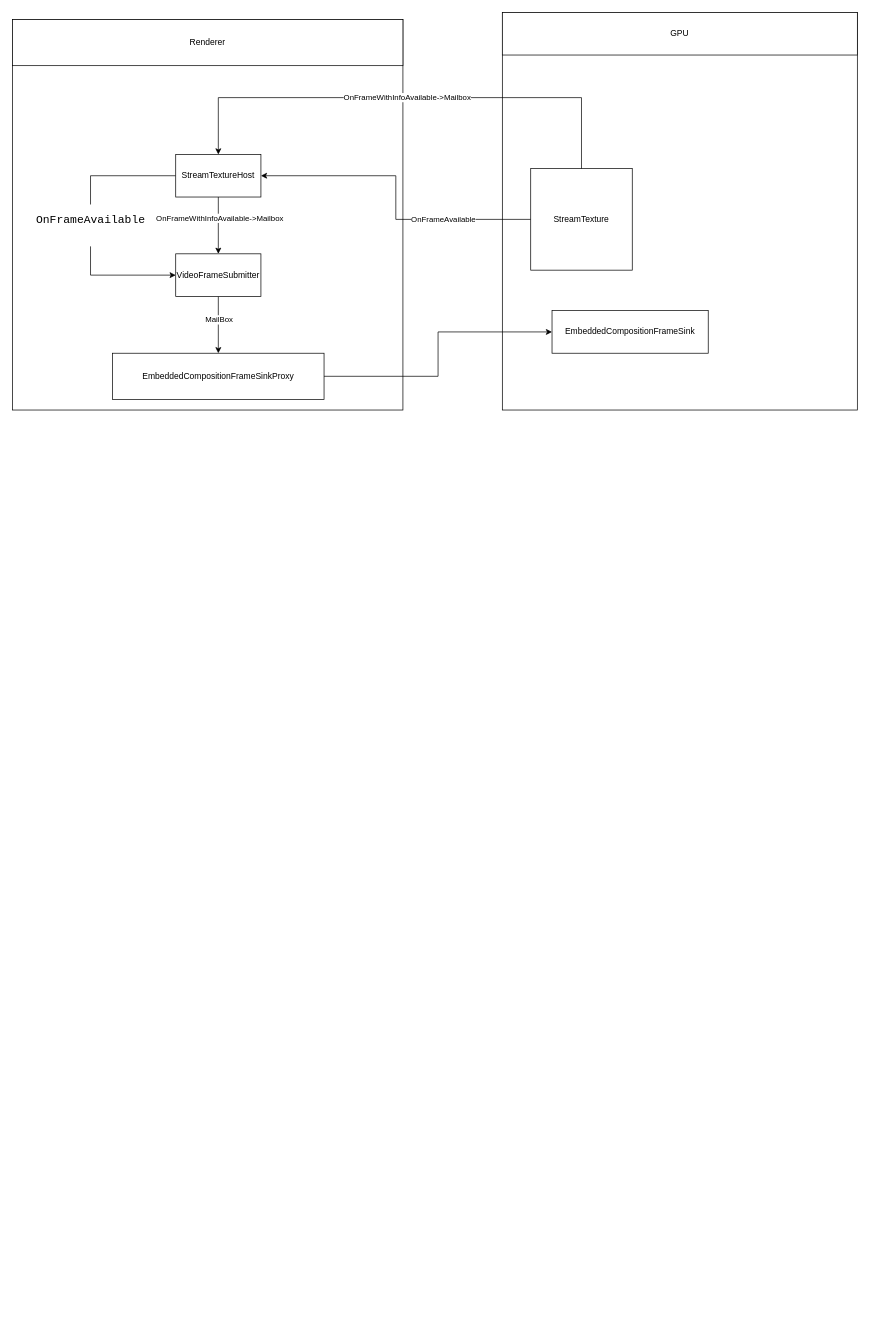
Before: videoarch.drawio in linzj/drawios, a draw.io diagram. Source tidied: cells renumbered, new cells numbered last; positions are measured from the earlier drawing's top-left corner, leaving out a move shared by most shapes. Both pictures are drawn from the tidied source at 71%, with x=0, y=0 at pixel (12, 12).
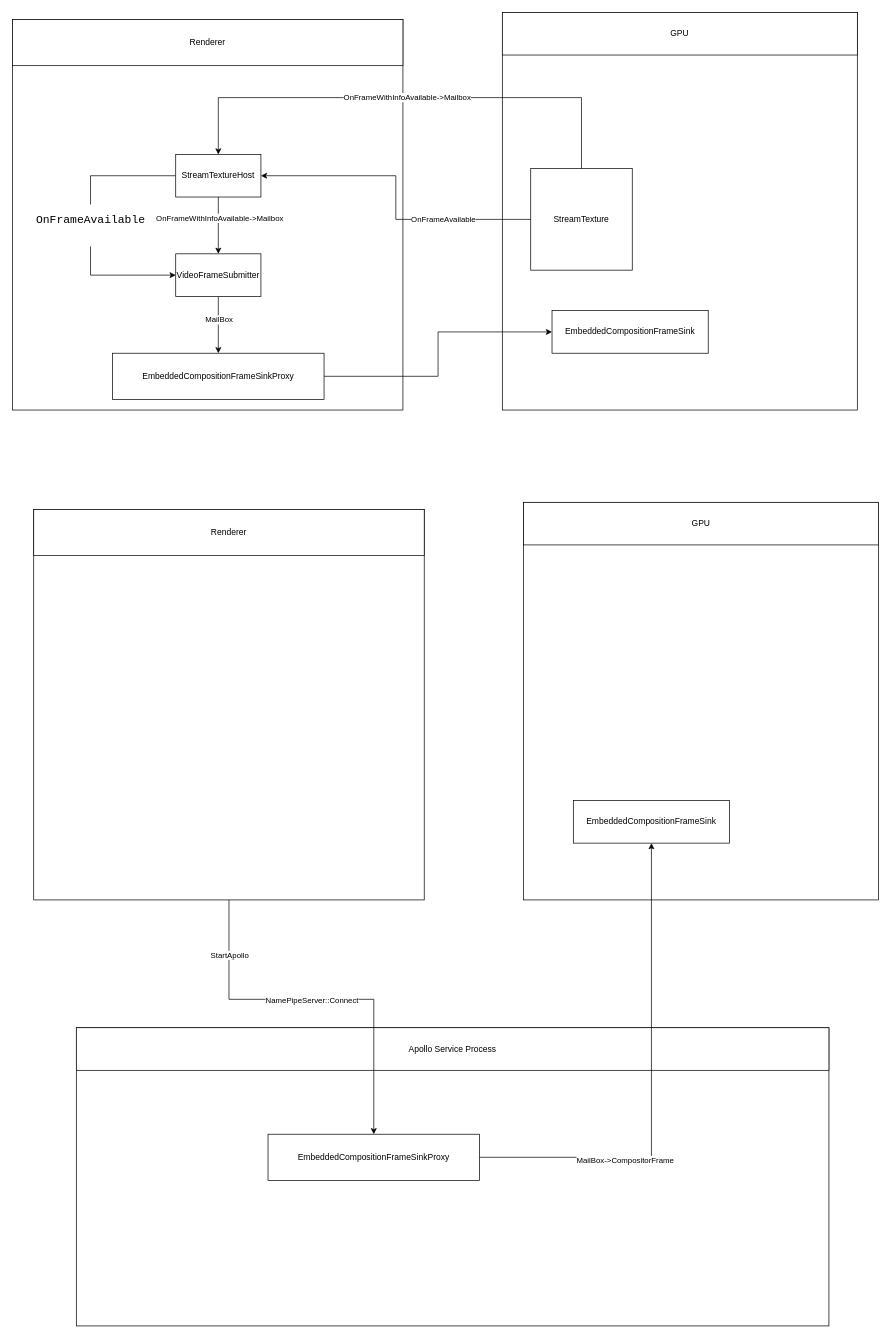
After the change.

Change to the diagram source:
```diff
@@
+    <mxCell id="21" style="group;" parent="1" vertex="1">
+      <mxGeometry x="30" y="700" width="550" height="550" as="geometry" />
+    </mxCell>
+    <mxCell id="22" style="whiteSpace=wrap;html=1;align=left;" parent="21" vertex="1">
+      <mxGeometry width="550" height="550" as="geometry" />
+    </mxCell>
+    <mxCell id="23" value="Renderer" style="rounded=0;whiteSpace=wrap;html=1;" parent="21" vertex="1">
+      <mxGeometry width="550" height="65" as="geometry" />
+    </mxCell>
+    <mxCell id="24" style="rounded=0;whiteSpace=wrap;html=1;" parent="1" vertex="1">
+      <mxGeometry x="720" y="690" width="500" height="560" as="geometry" />
+    </mxCell>
+    <mxCell id="25" value="GPU" style="rounded=0;whiteSpace=wrap;html=1;" parent="1" vertex="1">
+      <mxGeometry x="720" y="690" width="500" height="60" as="geometry" />
+    </mxCell>
+    <mxCell id="26" value="EmbeddedCompositionFrameSink" style="whiteSpace=wrap;html=1;rounded=0;" parent="1" vertex="1">
+      <mxGeometry x="790" y="1110" width="220" height="60" as="geometry" />
+    </mxCell>
+    <mxCell id="27" style="rounded=0;whiteSpace=wrap;html=1;" parent="1" vertex="1">
+      <mxGeometry x="90" y="1430" width="1060" height="420" as="geometry" />
+    </mxCell>
+    <mxCell id="28" value="Apollo Service Process" style="rounded=0;whiteSpace=wrap;html=1;" parent="1" vertex="1">
+      <mxGeometry x="90" y="1430" width="1060" height="60" as="geometry" />
+    </mxCell>
+    <mxCell id="29" value="EmbeddedCompositionFrameSinkProxy" style="whiteSpace=wrap;html=1;rounded=0;" parent="1" vertex="1">
+      <mxGeometry x="360" y="1580" width="297.9" height="65" as="geometry" />
+    </mxCell>
+    <mxCell id="30" style="edgeStyle=orthogonalEdgeStyle;rounded=0;jettySize=auto;html=1;" parent="1" edge="1" source="29" target="26">
+      <mxGeometry relative="1" as="geometry" />
+    </mxCell>
+    <mxCell id="31" value="MailBox-&amp;gt;CompositorFrame" style="edgeLabel;html=1;align=center;verticalAlign=middle;" parent="30" vertex="1">
+      <mxGeometry x="-0.4" y="-4" relative="1" as="geometry" />
+    </mxCell>
+    <mxCell id="32" style="edgeStyle=orthogonalEdgeStyle;rounded=0;jettySize=auto;html=1;entryX=0.5;entryY=0;entryDx=0;entryDy=0;" parent="1" edge="1" source="22" target="29">
+      <mxGeometry relative="1" as="geometry">
+        <Array as="points">
+          <mxPoint x="305" y="1390" />
+          <mxPoint x="509" y="1390" />
+        </Array>
+      </mxGeometry>
+    </mxCell>
+    <mxCell id="33" value="StartApollo" style="edgeLabel;html=1;align=center;verticalAlign=middle;" parent="32" vertex="1">
+      <mxGeometry x="-0.71" relative="1" as="geometry" />
+    </mxCell>
+    <mxCell id="34" value="NamePipeServer::Connect" style="edgeLabel;html=1;align=center;verticalAlign=middle;" parent="32" vertex="1">
+      <mxGeometry x="-0.04" y="-1" relative="1" as="geometry" />
+    </mxCell>
```
